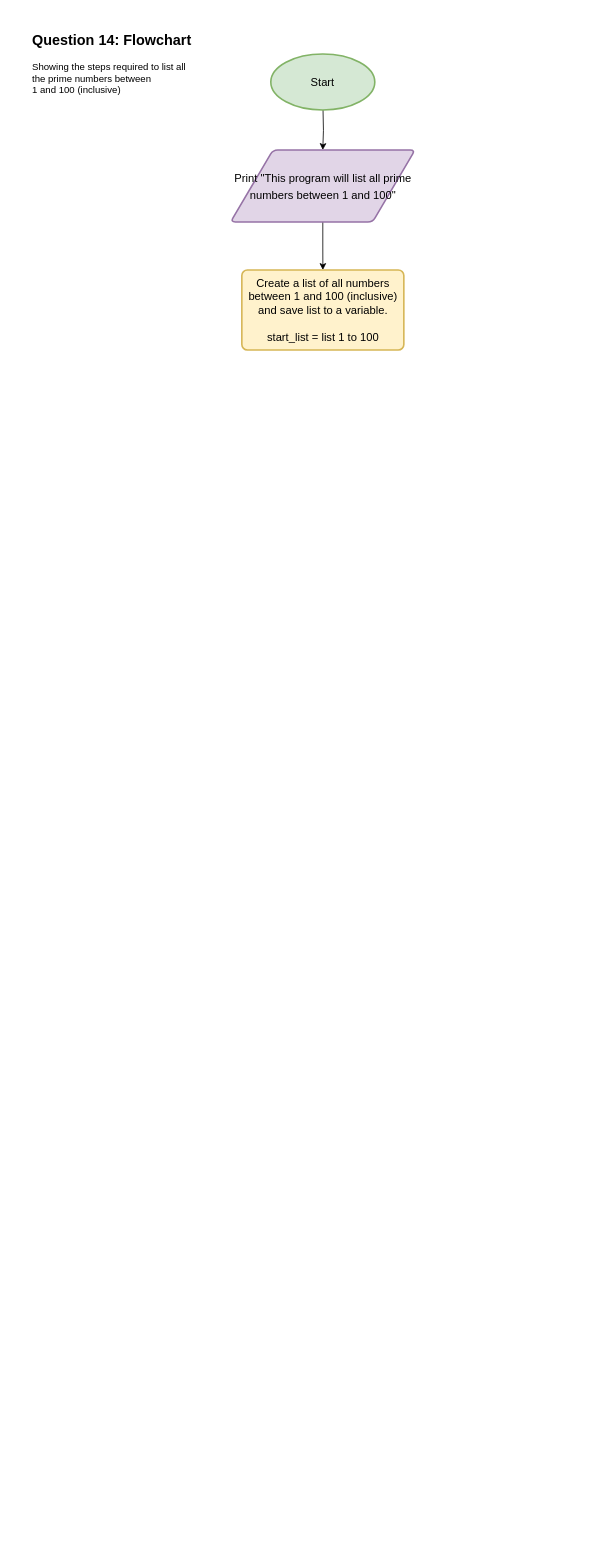
Wade008/flowcharts keeps this draw.io diagram as Q14(1)_Flowchart.drawio. Above is the earlier version. Source tidied: cells renumbered, new cells numbered last; positions are measured from the earlier drawing's top-left corner, leaving out a move shared by most shapes. Both pictures are drawn from the tidied source at 80%, with x=0, y=0 at pixel (30, 14).
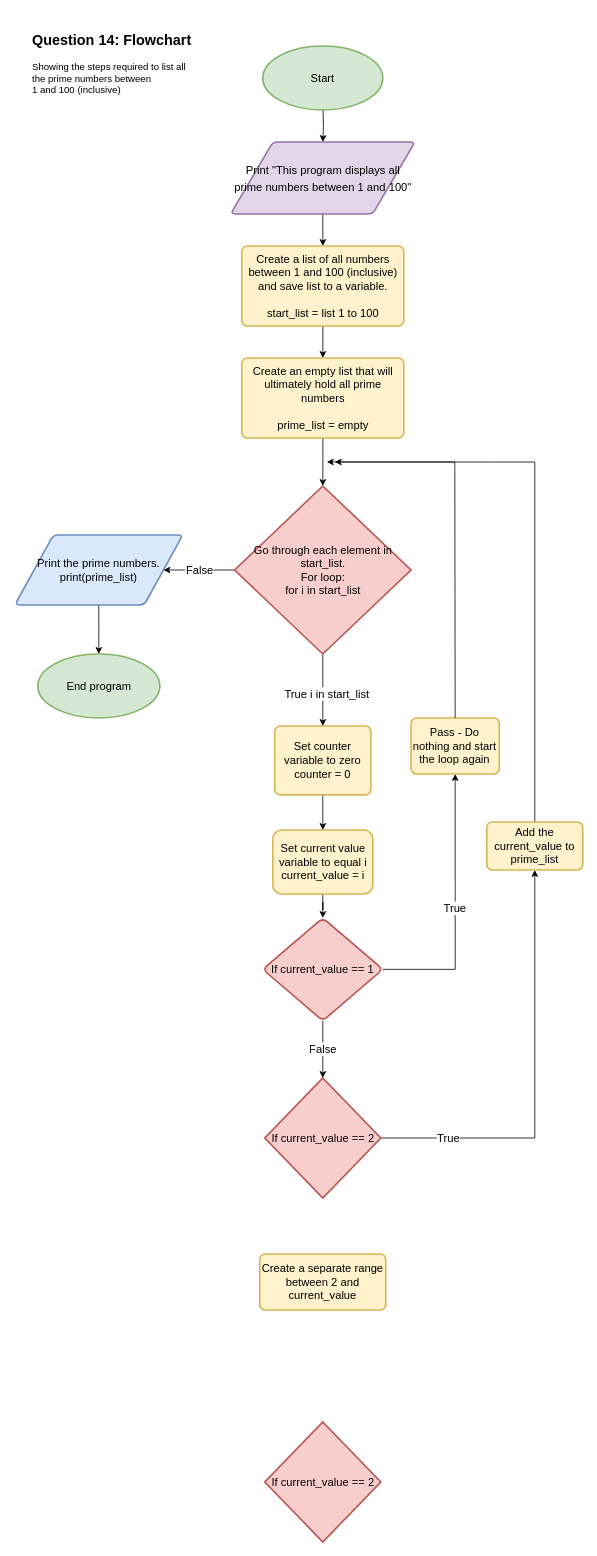
After the change.

Diff of the diagram source:
```diff
@@
     <mxCell id="4" value="&lt;font style=&quot;font-size: 14px;&quot;&gt;Start&lt;/font&gt;" style="strokeWidth=2;html=1;shape=mxgraph.flowchart.start_2;whiteSpace=wrap;fontSize=18;fillColor=#d5e8d4;strokeColor=#82b366;" parent="1" vertex="1">
-      <mxGeometry x="300" y="50" width="130" height="70" as="geometry" />
+      <mxGeometry x="290" y="40" width="150" height="80" as="geometry" />
     </mxCell>
@@
-    <mxCell id="6" value="&lt;font style=&quot;font-size: 14px;&quot;&gt;Print &quot;This program will list all prime numbers between 1 and 100&quot;&lt;/font&gt;" style="shape=parallelogram;html=1;strokeWidth=2;perimeter=parallelogramPerimeter;rounded=1;arcSize=12;size=0.23;fontSize=18;fillColor=#e1d5e7;strokeColor=#9673a6;whiteSpace=wrap;" parent="1" vertex="1">
-      <mxGeometry x="249.7" y="170" width="230.6" height="90" as="geometry" />
+    <mxCell id="6" value="&lt;font style=&quot;font-size: 14px;&quot;&gt;Print &quot;This program displays all prime numbers between 1 and 100&quot;&lt;/font&gt;" style="shape=parallelogram;html=1;strokeWidth=2;perimeter=parallelogramPerimeter;rounded=1;arcSize=12;size=0.23;fontSize=18;fillColor=#e1d5e7;strokeColor=#9673a6;whiteSpace=wrap;" parent="1" vertex="1">
+      <mxGeometry x="249.7" y="160" width="230.6" height="90" as="geometry" />
     </mxCell>
+    <mxCell id="8" style="edgeStyle=orthogonalEdgeStyle;rounded=0;jettySize=auto;html=1;fontSize=14;" parent="1" edge="1" source="7" target="10">
+      <mxGeometry relative="1" as="geometry" />
+    </mxCell>
     <mxCell id="7" value="Create a list of all numbers between 1 and 100 (inclusive) and save list to a variable.&lt;br&gt;&lt;br&gt;start_list = list 1 to 100" style="rounded=1;whiteSpace=wrap;html=1;absoluteArcSize=1;arcSize=14;strokeWidth=2;fontSize=14;fillColor=#fff2cc;strokeColor=#d6b656;" parent="1" vertex="1">
-      <mxGeometry x="263.8" y="320" width="202.5" height="100" as="geometry" />
+      <mxGeometry x="263.8" y="290" width="202.5" height="100" as="geometry" />
     </mxCell>
+    <mxCell id="9" style="edgeStyle=orthogonalEdgeStyle;rounded=0;jettySize=auto;html=1;fontSize=14;" parent="1" edge="1" source="10" target="13">
+      <mxGeometry relative="1" as="geometry" />
+    </mxCell>
+    <mxCell id="10" value="Create an empty list that will ultimately hold all prime numbers&lt;br&gt;&lt;br&gt;prime_list = empty" style="rounded=1;whiteSpace=wrap;html=1;absoluteArcSize=1;arcSize=14;strokeWidth=2;fontSize=14;fillColor=#fff2cc;strokeColor=#d6b656;" parent="1" vertex="1">
+      <mxGeometry x="263.8" y="430" width="202.5" height="100" as="geometry" />
+    </mxCell>
+    <mxCell id="11" value="True i in start_list" style="edgeStyle=orthogonalEdgeStyle;rounded=0;jettySize=auto;html=1;fontSize=14;" parent="1" edge="1" source="13" target="15">
+      <mxGeometry x="0.11" y="5" relative="1" as="geometry" />
+    </mxCell>
+    <mxCell id="12" value="False" style="edgeStyle=orthogonalEdgeStyle;rounded=0;jettySize=auto;html=1;fontSize=14;" parent="1" edge="1" source="13" target="24">
+      <mxGeometry relative="1" as="geometry" />
+    </mxCell>
+    <mxCell id="13" value="Go through each element in start_list.&lt;br&gt;For loop:&lt;br&gt;for i in start_list" style="strokeWidth=2;html=1;shape=mxgraph.flowchart.decision;whiteSpace=wrap;fontSize=14;fillColor=#f8cecc;strokeColor=#b85450;" parent="1" vertex="1">
+      <mxGeometry x="254.7" y="590" width="220.6" height="210" as="geometry" />
+    </mxCell>
+    <mxCell id="14" style="edgeStyle=orthogonalEdgeStyle;rounded=0;jettySize=auto;html=1;fontSize=14;" parent="1" edge="1" source="15" target="17">
+      <mxGeometry relative="1" as="geometry" />
+    </mxCell>
+    <mxCell id="15" value="Set counter variable to zero&lt;br&gt;counter = 0" style="rounded=1;whiteSpace=wrap;html=1;absoluteArcSize=1;arcSize=14;strokeWidth=2;fontSize=14;fillColor=#fff2cc;strokeColor=#d6b656;" parent="1" vertex="1">
+      <mxGeometry x="305" y="890" width="120" height="86.1" as="geometry" />
+    </mxCell>
+    <mxCell id="16" style="edgeStyle=orthogonalEdgeStyle;rounded=0;jettySize=auto;html=1;fontSize=14;" parent="1" edge="1" source="17" target="20">
+      <mxGeometry relative="1" as="geometry" />
+    </mxCell>
+    <mxCell id="17" value="Set current value variable to equal i&lt;br&gt;current_value = i" style="rounded=1;whiteSpace=wrap;html=1;fontSize=14;fillColor=#fff2cc;strokeColor=#d6b656;arcSize=14;strokeWidth=2;" parent="1" vertex="1">
+      <mxGeometry x="302.5" y="1020" width="125" height="80" as="geometry" />
+    </mxCell>
+    <mxCell id="18" value="False" style="edgeStyle=orthogonalEdgeStyle;rounded=0;jettySize=auto;html=1;fontSize=14;" parent="1" edge="1" source="20" target="27">
+      <mxGeometry relative="1" as="geometry" />
+    </mxCell>
+    <mxCell id="19" value="True" style="edgeStyle=orthogonalEdgeStyle;rounded=0;jettySize=auto;html=1;exitX=1;exitY=0.5;exitDx=0;exitDy=0;entryX=0.5;entryY=1;entryDx=0;entryDy=0;fontSize=14;" parent="1" edge="1" source="20" target="21">
+      <mxGeometry relative="1" as="geometry" />
+    </mxCell>
+    <mxCell id="20" value="If current_value == 1" style="rhombus;whiteSpace=wrap;html=1;fontSize=14;fillColor=#f8cecc;strokeColor=#b85450;rounded=1;arcSize=14;strokeWidth=2;" parent="1" vertex="1">
+      <mxGeometry x="290" y="1130" width="150" height="128.4" as="geometry" />
+    </mxCell>
+    <mxCell id="21" value="Pass - Do nothing and start the loop again" style="rounded=1;whiteSpace=wrap;html=1;absoluteArcSize=1;arcSize=14;strokeWidth=2;fontSize=14;fillColor=#fff2cc;strokeColor=#d6b656;" parent="1" vertex="1">
+      <mxGeometry x="475.3" y="880" width="110.3" height="70" as="geometry" />
+    </mxCell>
+    <mxCell id="22" style="endArrow=classic;html=1;rounded=0;fontSize=14;exitX=0.5;exitY=0;exitDx=0;exitDy=0;" parent="1" edge="1" source="21">
+      <mxGeometry relative="1" as="geometry">
+        <mxPoint x="370" y="560" as="targetPoint" />
+        <Array as="points">
+          <mxPoint x="530" y="560" />
+        </Array>
+      </mxGeometry>
+    </mxCell>
+    <mxCell id="23" style="edgeStyle=orthogonalEdgeStyle;rounded=0;jettySize=auto;html=1;exitX=0.5;exitY=1;exitDx=0;exitDy=0;fontSize=14;" parent="1" edge="1" source="24">
+      <mxGeometry relative="1" as="geometry">
+        <mxPoint x="85" y="800" as="targetPoint" />
+      </mxGeometry>
+    </mxCell>
+    <mxCell id="24" value="Print the prime numbers.&lt;br&gt;print(prime_list)" style="shape=parallelogram;html=1;strokeWidth=2;perimeter=parallelogramPerimeter;whiteSpace=wrap;rounded=1;arcSize=12;size=0.23;fontSize=14;fillColor=#dae8fc;strokeColor=#6c8ebf;" parent="1" vertex="1">
+      <mxGeometry x="-20" y="651.2" width="210" height="87.5" as="geometry" />
+    </mxCell>
+    <mxCell id="25" style="edgeStyle=orthogonalEdgeStyle;rounded=0;jettySize=auto;html=1;entryX=0.5;entryY=1;entryDx=0;entryDy=0;fontSize=14;" parent="1" edge="1" source="27" target="29">
+      <mxGeometry relative="1" as="geometry" />
+    </mxCell>
+    <mxCell id="26" value="True" style="edgeLabel;html=1;align=center;verticalAlign=middle;fontSize=14;" parent="25" vertex="1">
+      <mxGeometry x="-0.68" relative="1" as="geometry" />
+    </mxCell>
+    <mxCell id="27" value="If current_value == 2" style="strokeWidth=2;html=1;shape=mxgraph.flowchart.decision;whiteSpace=wrap;fontSize=14;fillColor=#f8cecc;strokeColor=#b85450;" parent="1" vertex="1">
+      <mxGeometry x="292.5" y="1330" width="145" height="150" as="geometry" />
+    </mxCell>
+    <mxCell id="28" style="edgeStyle=orthogonalEdgeStyle;rounded=0;jettySize=auto;html=1;exitX=0.5;exitY=0;exitDx=0;exitDy=0;fontSize=14;" parent="1" edge="1" source="29">
+      <mxGeometry relative="1" as="geometry">
+        <mxPoint x="380" y="560" as="targetPoint" />
+        <Array as="points">
+          <mxPoint x="630" y="560" />
+          <mxPoint x="580" y="560" />
+        </Array>
+      </mxGeometry>
+    </mxCell>
+    <mxCell id="29" value="Add the current_value to prime_list" style="rounded=1;whiteSpace=wrap;html=1;absoluteArcSize=1;arcSize=14;strokeWidth=2;fontSize=14;fillColor=#fff2cc;strokeColor=#d6b656;" parent="1" vertex="1">
+      <mxGeometry x="570" y="1010" width="120" height="60" as="geometry" />
+    </mxCell>
+    <mxCell id="30" value="End program" style="strokeWidth=2;html=1;shape=mxgraph.flowchart.start_2;whiteSpace=wrap;fontSize=14;fillColor=#d5e8d4;strokeColor=#82b366;" parent="1" vertex="1">
+      <mxGeometry x="8.8" y="800" width="152.5" height="80" as="geometry" />
+    </mxCell>
+    <mxCell id="31" value="If current_value == 2" style="strokeWidth=2;html=1;shape=mxgraph.flowchart.decision;whiteSpace=wrap;fontSize=14;fillColor=#f8cecc;strokeColor=#b85450;" parent="1" vertex="1">
+      <mxGeometry x="292.5" y="1760" width="145" height="150" as="geometry" />
+    </mxCell>
+    <mxCell id="32" value="Create a separate range between 2 and current_value" style="rounded=1;whiteSpace=wrap;html=1;absoluteArcSize=1;arcSize=14;strokeWidth=2;fontSize=14;fillColor=#fff2cc;strokeColor=#d6b656;" parent="1" vertex="1">
+      <mxGeometry x="286.2" y="1550" width="157.5" height="70" as="geometry" />
+    </mxCell>
```
